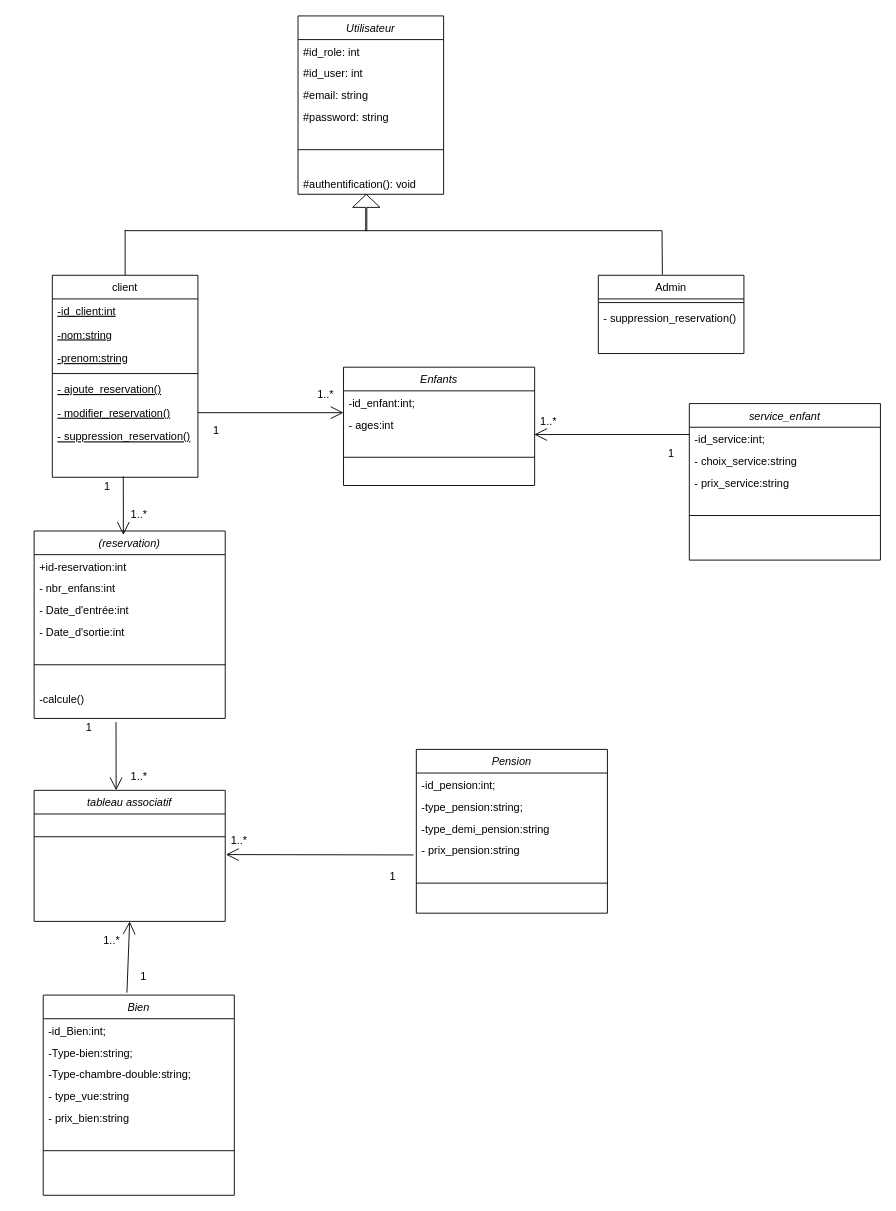
Earlier version of the draw.io diagram Diagramme de class.drawio (RAFIKENEFIDA/Brief5). Source tidied: cells renumbered, new cells numbered last; positions are measured from the earlier drawing's top-left corner, leaving out a move shared by most shapes. Both pictures are drawn from the tidied source at 91%, with x=0, y=0 at pixel (15, 15).
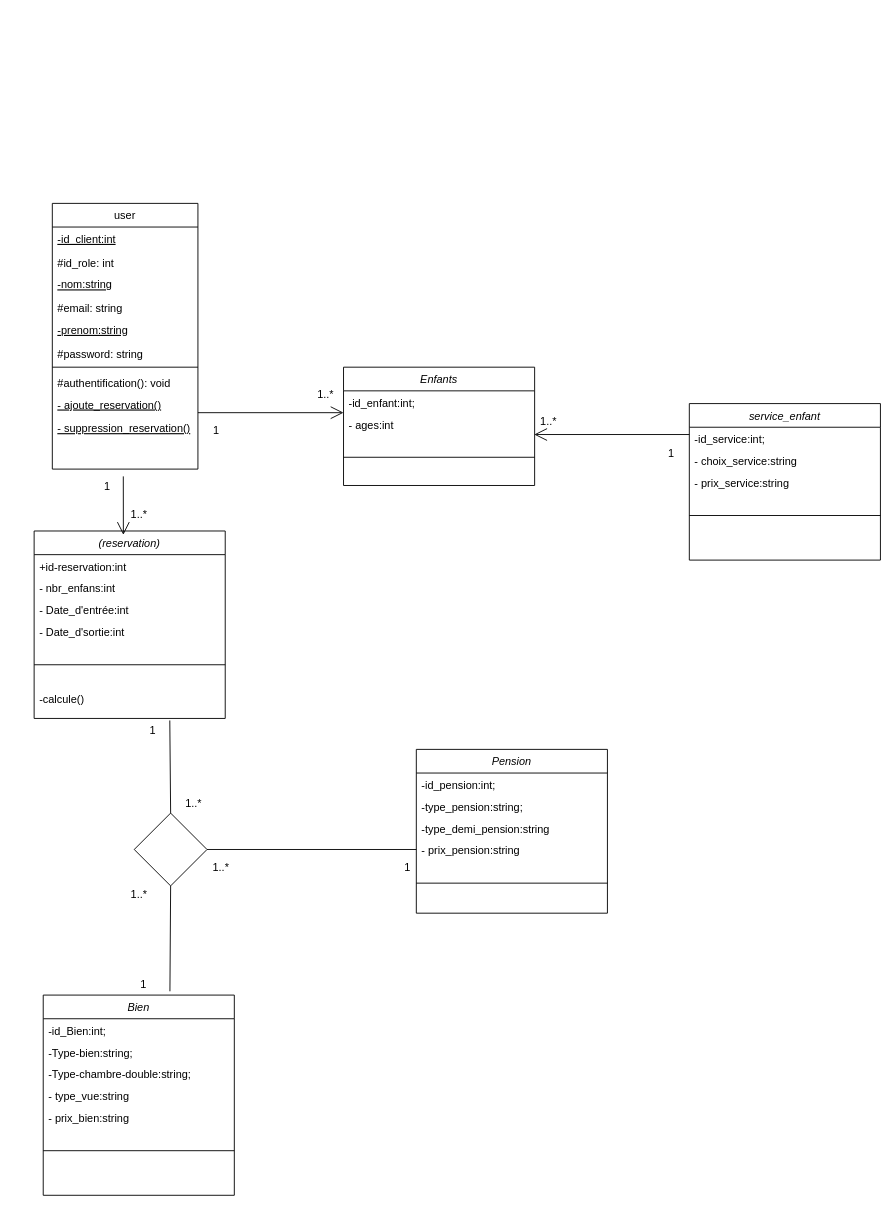
Above is the later version.

Unchanged cells that the change refers to:
```xml
<mxCell id="30" value="-calcule()" style="text;align=left;verticalAlign=top;spacingLeft=4;spacingRight=4;overflow=hidden;points=[[0,0.5],[1,0.5]];portConstraint=eastwest;rounded=0;shadow=0;html=0;" parent="24" vertex="1">
  <mxGeometry y="172" width="210" height="34" as="geometry" />
</mxCell>
<mxCell id="39" value="Bien" style="swimlane;fontStyle=2;align=center;verticalAlign=top;horizontal=1;startSize=26;rounded=0;shadow=0;strokeWidth=1;" parent="1" vertex="1">
  <mxGeometry x="30" y="1076" width="210" height="220" as="geometry" />
</mxCell>
<mxCell id="50" value="- prix_pension:string" style="text;align=left;verticalAlign=top;spacingLeft=4;spacingRight=4;overflow=hidden;points=[[0,0.5],[1,0.5]];portConstraint=eastwest;rounded=0;shadow=0;html=0;" parent="46" vertex="1">
  <mxGeometry y="98" width="210" height="24" as="geometry" />
</mxCell>
```

What changed in the source:
```diff
@@
-    <mxCell id="2" value="client" style="swimlane;fontStyle=0;align=center;verticalAlign=top;horizontal=1;startSize=26;rounded=0;shadow=0;strokeWidth=1;" parent="1" vertex="1">
-      <mxGeometry x="40" y="285" width="160" height="222" as="geometry" />
+    <mxCell id="2" value="user" style="swimlane;fontStyle=0;align=center;verticalAlign=top;horizontal=1;startSize=26;rounded=0;shadow=0;strokeWidth=1;" parent="1" vertex="1">
+      <mxGeometry x="40" y="206" width="160" height="292" as="geometry" />
     </mxCell>
@@
+    <mxCell id="18" value="#id_role: int&#10;&#10;&#10;&#10;&#10;&#10;&#10;&#10;&#10;" style="text;align=left;verticalAlign=top;spacingLeft=4;spacingRight=4;overflow=hidden;rounded=0;shadow=0;html=0;" parent="2" vertex="1">
+      <mxGeometry y="52" width="160" height="24" as="geometry" />
+    </mxCell>
     <mxCell id="4" value="-nom:string" style="text;align=left;verticalAlign=top;spacingLeft=4;spacingRight=4;overflow=hidden;fontStyle=4;" parent="2" vertex="1">
-      <mxGeometry y="52" width="160" height="26" as="geometry" />
+      <mxGeometry y="76" width="160" height="26" as="geometry" />
     </mxCell>
+    <mxCell id="20" value="#email: string&#10;&#10;&#10;&#10;&#10;&#10;&#10;&#10;" style="text;align=left;verticalAlign=top;spacingLeft=4;spacingRight=4;overflow=hidden;rounded=0;shadow=0;html=0;" parent="2" vertex="1">
+      <mxGeometry y="102" width="160" height="24" as="geometry" />
+    </mxCell>
     <mxCell id="5" value="-prenom:string" style="text;align=left;verticalAlign=top;spacingLeft=4;spacingRight=4;overflow=hidden;fontStyle=4;" parent="2" vertex="1">
-      <mxGeometry y="78" width="160" height="26" as="geometry" />
+      <mxGeometry y="126" width="160" height="26" as="geometry" />
     </mxCell>
+    <mxCell id="21" value="#password: string&#10;&#10;&#10;&#10;&#10;&#10;&#10;&#10;&#10;" style="text;align=left;verticalAlign=top;spacingLeft=4;spacingRight=4;overflow=hidden;rounded=0;shadow=0;html=0;" parent="2" vertex="1">
+      <mxGeometry y="152" width="160" height="24" as="geometry" />
+    </mxCell>
     <mxCell id="6" style="line;html=1;strokeWidth=1;align=left;verticalAlign=middle;spacingTop=-1;spacingLeft=3;spacingRight=3;labelPosition=right;" parent="2" vertex="1">
-      <mxGeometry y="104" width="160" height="8" as="geometry" />
+      <mxGeometry y="176" width="160" height="8" as="geometry" />
     </mxCell>
+    <mxCell id="23" value="#authentification(): void&#10;&#10;&#10;&#10;&#10;&#10;&#10;&#10;&#10;" style="text;align=left;verticalAlign=top;spacingLeft=4;spacingRight=4;overflow=hidden;rounded=0;shadow=0;html=0;" parent="2" vertex="1">
+      <mxGeometry y="184" width="160" height="24" as="geometry" />
+    </mxCell>
     <mxCell id="7" value="- ajoute_reservation()" style="text;align=left;verticalAlign=top;spacingLeft=4;spacingRight=4;overflow=hidden;fontStyle=4;" parent="2" vertex="1">
-      <mxGeometry y="112" width="160" height="26" as="geometry" />
+      <mxGeometry y="208" width="160" height="26" as="geometry" />
     </mxCell>
-    <mxCell id="8" value="- modifier_reservation()" style="text;align=left;verticalAlign=top;spacingLeft=4;spacingRight=4;overflow=hidden;fontStyle=4;" parent="2" vertex="1">
-      <mxGeometry y="138" width="160" height="26" as="geometry" />
-    </mxCell>
     <mxCell id="9" value="- suppression_reservation()" style="text;align=left;verticalAlign=top;spacingLeft=4;spacingRight=4;overflow=hidden;fontStyle=4;" parent="2" vertex="1">
-      <mxGeometry y="164" width="160" height="32" as="geometry" />
+      <mxGeometry y="234" width="160" height="32" as="geometry" />
     </mxCell>
-    <mxCell id="10" value="Admin" style="swimlane;fontStyle=0;align=center;verticalAlign=top;horizontal=1;startSize=26;rounded=0;shadow=0;strokeWidth=1;" parent="1" vertex="1">
-      <mxGeometry x="640" y="285" width="160" height="86" as="geometry" />
-    </mxCell>
-    <mxCell id="11" style="line;html=1;strokeWidth=1;align=left;verticalAlign=middle;spacingTop=-1;spacingLeft=3;spacingRight=3;labelPosition=right;" parent="10" vertex="1">
-      <mxGeometry y="26" width="160" height="8" as="geometry" />
-    </mxCell>
-    <mxCell id="12" value="- suppression_reservation()" style="text;align=left;verticalAlign=top;spacingLeft=4;spacingRight=4;overflow=hidden;spacingBottom=0;" parent="10" vertex="1">
-      <mxGeometry y="34" width="160" height="26" as="geometry" />
-    </mxCell>
-    <mxCell id="13" style="shape=singleArrow;direction=north;whiteSpace=wrap;html=1;arrowWidth=0.04000244140625;arrowSize=0.3600006103515625;" parent="1" vertex="1">
-      <mxGeometry x="370" y="196" width="30" height="40" as="geometry" />
-    </mxCell>
-    <mxCell id="14" style="endArrow=none;html=1;" parent="1" edge="1">
-      <mxGeometry relative="1" as="geometry">
-        <mxPoint x="120" y="236" as="sourcePoint" />
-        <mxPoint x="710" y="236" as="targetPoint" />
-      </mxGeometry>
-    </mxCell>
-    <mxCell id="15" style="endArrow=none;html=1;exitX=0.44;exitY=-0.008;exitDx=0;exitDy=0;exitPerimeter=0;" parent="1" edge="1" source="10">
-      <mxGeometry relative="1" as="geometry">
-        <mxPoint x="710" y="236" as="targetPoint" />
-      </mxGeometry>
-    </mxCell>
-    <mxCell id="16" style="endArrow=none;html=1;exitX=0.5;exitY=0;exitDx=0;exitDy=0;" parent="1" edge="1" source="2">
-      <mxGeometry relative="1" as="geometry">
-        <mxPoint x="120" y="235" as="targetPoint" />
-      </mxGeometry>
-    </mxCell>
-    <mxCell id="17" value="Utilisateur" style="swimlane;fontStyle=2;align=center;verticalAlign=top;horizontal=1;startSize=26;rounded=0;shadow=0;strokeWidth=1;" parent="1" vertex="1">
-      <mxGeometry x="310" width="160" height="196" as="geometry" />
-    </mxCell>
-    <mxCell id="18" value="#id_role: int&#10;&#10;&#10;&#10;&#10;&#10;&#10;&#10;&#10;" style="text;align=left;verticalAlign=top;spacingLeft=4;spacingRight=4;overflow=hidden;rounded=0;shadow=0;html=0;" parent="17" vertex="1">
-      <mxGeometry y="26" width="160" height="24" as="geometry" />
-    </mxCell>
-    <mxCell id="19" value="#id_user: int&#10;&#10;&#10;&#10;&#10;&#10;&#10;&#10;&#10;" style="text;align=left;verticalAlign=top;spacingLeft=4;spacingRight=4;overflow=hidden;rounded=0;shadow=0;html=0;" parent="17" vertex="1">
-      <mxGeometry y="50" width="160" height="24" as="geometry" />
-    </mxCell>
-    <mxCell id="20" value="#email: string&#10;&#10;&#10;&#10;&#10;&#10;&#10;&#10;" style="text;align=left;verticalAlign=top;spacingLeft=4;spacingRight=4;overflow=hidden;rounded=0;shadow=0;html=0;" parent="17" vertex="1">
-      <mxGeometry y="74" width="160" height="24" as="geometry" />
-    </mxCell>
-    <mxCell id="21" value="#password: string&#10;&#10;&#10;&#10;&#10;&#10;&#10;&#10;&#10;" style="text;align=left;verticalAlign=top;spacingLeft=4;spacingRight=4;overflow=hidden;rounded=0;shadow=0;html=0;" parent="17" vertex="1">
-      <mxGeometry y="98" width="160" height="24" as="geometry" />
-    </mxCell>
-    <mxCell id="22" style="line;html=1;strokeWidth=1;align=left;verticalAlign=middle;spacingTop=-1;spacingLeft=3;spacingRight=3;labelPosition=right;" parent="17" vertex="1">
-      <mxGeometry y="122" width="160" height="50" as="geometry" />
-    </mxCell>
-    <mxCell id="23" value="#authentification(): void&#10;&#10;&#10;&#10;&#10;&#10;&#10;&#10;&#10;" style="text;align=left;verticalAlign=top;spacingLeft=4;spacingRight=4;overflow=hidden;rounded=0;shadow=0;html=0;" parent="17" vertex="1">
-      <mxGeometry y="172" width="160" height="24" as="geometry" />
-    </mxCell>
@@
-    <mxCell id="53" style="endArrow=open;endFill=1;endSize=12;html=1;entryX=1.004;entryY=0.858;entryDx=0;entryDy=0;entryPerimeter=0;" parent="1" edge="1">
-      <mxGeometry relative="1" as="geometry">
-        <mxPoint x="437" y="922" as="sourcePoint" />
-        <mxPoint x="230.8" y="921.6" as="targetPoint" />
-      </mxGeometry>
-    </mxCell>
-    <mxCell id="54" value="1..*" style="text;html=1;align=center;verticalAlign=middle;" parent="1" vertex="1">
-      <mxGeometry x="230" y="896" width="30" height="20" as="geometry" />
-    </mxCell>
-    <mxCell id="55" value="1" style="text;html=1;align=center;verticalAlign=middle;" parent="1" vertex="1">
-      <mxGeometry x="404" y="936" width="20" height="20" as="geometry" />
-    </mxCell>
@@
-    <mxCell id="65" value="tableau associatif" style="swimlane;fontStyle=2;align=center;verticalAlign=top;horizontal=1;startSize=26;rounded=0;shadow=0;strokeWidth=1;" parent="1" vertex="1">
-      <mxGeometry x="20" y="851" width="210" height="144" as="geometry" />
-    </mxCell>
-    <mxCell id="66" style="line;html=1;strokeWidth=1;align=left;verticalAlign=middle;spacingTop=-1;spacingLeft=3;spacingRight=3;labelPosition=right;" parent="65" vertex="1">
-      <mxGeometry y="26" width="210" height="50" as="geometry" />
-    </mxCell>
-    <mxCell id="67" style="endArrow=open;endFill=1;endSize=12;html=1;entryX=0.467;entryY=0.021;entryDx=0;entryDy=0;entryPerimeter=0;" parent="1" edge="1">
-      <mxGeometry relative="1" as="geometry">
-        <mxPoint x="110" y="776" as="sourcePoint" />
-        <mxPoint x="110.1" y="851" as="targetPoint" />
-      </mxGeometry>
-    </mxCell>
-    <mxCell id="68" style="endArrow=open;endFill=1;endSize=12;html=1;entryX=0.5;entryY=1;entryDx=0;entryDy=0;exitX=0.438;exitY=-0.012;exitDx=0;exitDy=0;exitPerimeter=0;" parent="1" edge="1" source="39" target="65">
-      <mxGeometry relative="1" as="geometry" />
-    </mxCell>
-    <mxCell id="69" value="1..*" style="text;html=1;align=center;verticalAlign=middle;" parent="1" vertex="1">
-      <mxGeometry x="120" y="826" width="30" height="20" as="geometry" />
-    </mxCell>
-    <mxCell id="70" value="1" style="text;html=1;align=center;verticalAlign=middle;" parent="1" vertex="1">
-      <mxGeometry x="70" y="772" width="20" height="20" as="geometry" />
-    </mxCell>
-    <mxCell id="71" value="1" style="text;html=1;align=center;verticalAlign=middle;" parent="1" vertex="1">
-      <mxGeometry x="130" y="1046" width="20" height="20" as="geometry" />
-    </mxCell>
-    <mxCell id="72" value="1..*" style="text;html=1;align=center;verticalAlign=middle;" parent="1" vertex="1">
-      <mxGeometry y="1006" width="210" height="20" as="geometry" />
-    </mxCell>
+    <mxCell id="73" style="rhombus;whiteSpace=wrap;html=1;" parent="1" vertex="1">
+      <mxGeometry x="130" y="876" width="80" height="80" as="geometry" />
+    </mxCell>
+    <mxCell id="74" style="endArrow=none;html=1;exitX=0.5;exitY=0;exitDx=0;exitDy=0;entryX=0.71;entryY=1.065;entryDx=0;entryDy=0;entryPerimeter=0;" parent="1" edge="1" source="73" target="30">
+      <mxGeometry relative="1" as="geometry" />
+    </mxCell>
+    <mxCell id="75" style="endArrow=none;html=1;exitX=1;exitY=0.5;exitDx=0;exitDy=0;entryX=0;entryY=0.5;entryDx=0;entryDy=0;" parent="1" edge="1" source="73" target="50">
+      <mxGeometry relative="1" as="geometry" />
+    </mxCell>
+    <mxCell id="76" value="1..*" style="text;html=1;align=center;verticalAlign=middle;" parent="1" vertex="1">
+      <mxGeometry x="180" y="856" width="30" height="20" as="geometry" />
+    </mxCell>
+    <mxCell id="77" value="1" style="text;html=1;align=center;verticalAlign=middle;" parent="1" vertex="1">
+      <mxGeometry x="140" y="776" width="20" height="20" as="geometry" />
+    </mxCell>
+    <mxCell id="78" value="1..*" style="text;html=1;align=center;verticalAlign=middle;" parent="1" vertex="1">
+      <mxGeometry x="210" y="926" width="30" height="20" as="geometry" />
+    </mxCell>
+    <mxCell id="79" style="endArrow=none;html=1;exitX=0.663;exitY=-0.019;exitDx=0;exitDy=0;exitPerimeter=0;entryX=0.5;entryY=1;entryDx=0;entryDy=0;" parent="1" edge="1" source="39" target="73">
+      <mxGeometry relative="1" as="geometry" />
+    </mxCell>
+    <mxCell id="80" value="1" style="text;html=1;align=center;verticalAlign=middle;" parent="1" vertex="1">
+      <mxGeometry x="130" y="1055" width="20" height="20" as="geometry" />
+    </mxCell>
+    <mxCell id="81" value="1" style="text;html=1;align=center;verticalAlign=middle;" parent="1" vertex="1">
+      <mxGeometry x="420" y="926" width="20" height="20" as="geometry" />
+    </mxCell>
+    <mxCell id="82" value="1..*" style="text;html=1;align=center;verticalAlign=middle;" parent="1" vertex="1">
+      <mxGeometry x="120" y="956" width="30" height="20" as="geometry" />
+    </mxCell>
```
